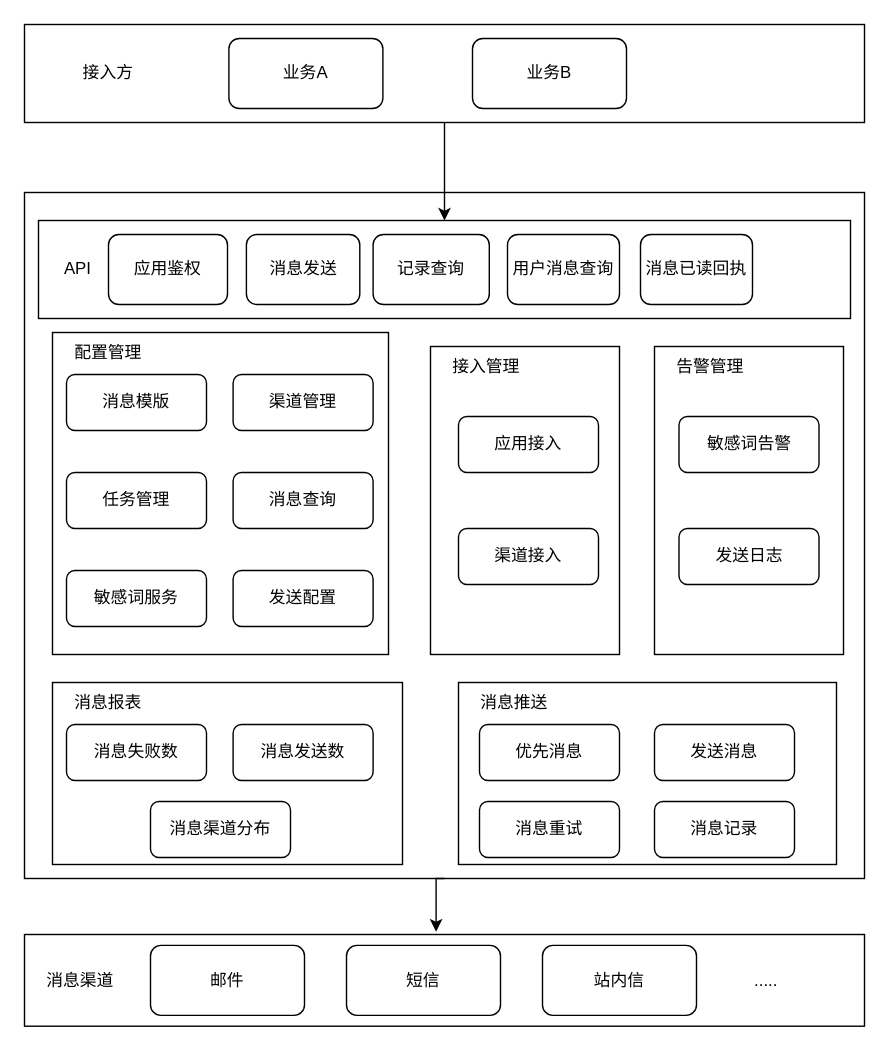
The draw.io diagram 架构图.drawio in yizhilu/java, before the edit. Source tidied: cells renumbered, new cells numbered last; positions are measured from the earlier drawing's top-left corner, leaving out a move shared by most shapes. Both pictures are drawn from the tidied source at 140%, with x=0, y=0 at pixel (24, 24).
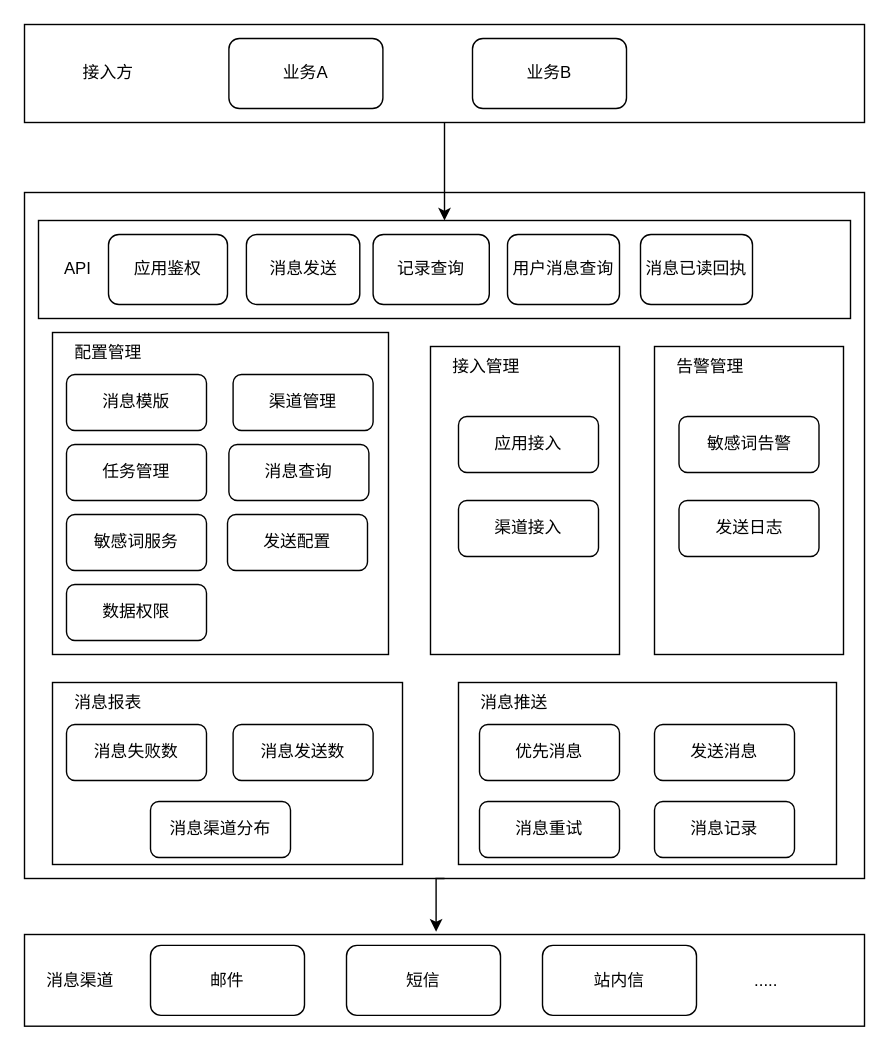
The same page after the edit.

Commit message:
更新架构图.drawio

Change to the diagram source:
```diff
@@
     <mxCell id="14" value="消息查询" style="rounded=1;whiteSpace=wrap;html=1;" parent="1" vertex="1">
-      <mxGeometry x="149" y="320" width="100" height="40" as="geometry" />
+      <mxGeometry x="146" y="300" width="100" height="40" as="geometry" />
     </mxCell>
     <mxCell id="15" value="任务管理" style="rounded=1;whiteSpace=wrap;html=1;" parent="1" vertex="1">
-      <mxGeometry x="30" y="320" width="100" height="40" as="geometry" />
+      <mxGeometry x="30" y="300" width="100" height="40" as="geometry" />
     </mxCell>
@@
     <mxCell id="17" value="敏感词服务" style="rounded=1;whiteSpace=wrap;html=1;" parent="1" vertex="1">
-      <mxGeometry x="30" y="390" width="100" height="40" as="geometry" />
+      <mxGeometry x="30" y="350" width="100" height="40" as="geometry" />
     </mxCell>
     <mxCell id="18" value="发送配置" style="rounded=1;whiteSpace=wrap;html=1;" parent="1" vertex="1">
-      <mxGeometry x="149" y="390" width="100" height="40" as="geometry" />
+      <mxGeometry x="145" y="350" width="100" height="40" as="geometry" />
     </mxCell>
@@
     <mxCell id="32" value="渠道接入" style="rounded=1;whiteSpace=wrap;html=1;" parent="1" vertex="1">
-      <mxGeometry x="310" y="360" width="100" height="40" as="geometry" />
+      <mxGeometry x="310" y="340" width="100" height="40" as="geometry" />
     </mxCell>
@@
     <mxCell id="35" value="发送日志" style="rounded=1;whiteSpace=wrap;html=1;" parent="1" vertex="1">
-      <mxGeometry x="467.5" y="360" width="100" height="40" as="geometry" />
+      <mxGeometry x="467.5" y="340" width="100" height="40" as="geometry" />
     </mxCell>
@@
+    <mxCell id="49" value="数据权限" style="rounded=1;whiteSpace=wrap;html=1;" parent="1" vertex="1">
+      <mxGeometry x="30" y="400" width="100" height="40" as="geometry" />
+    </mxCell>
```
